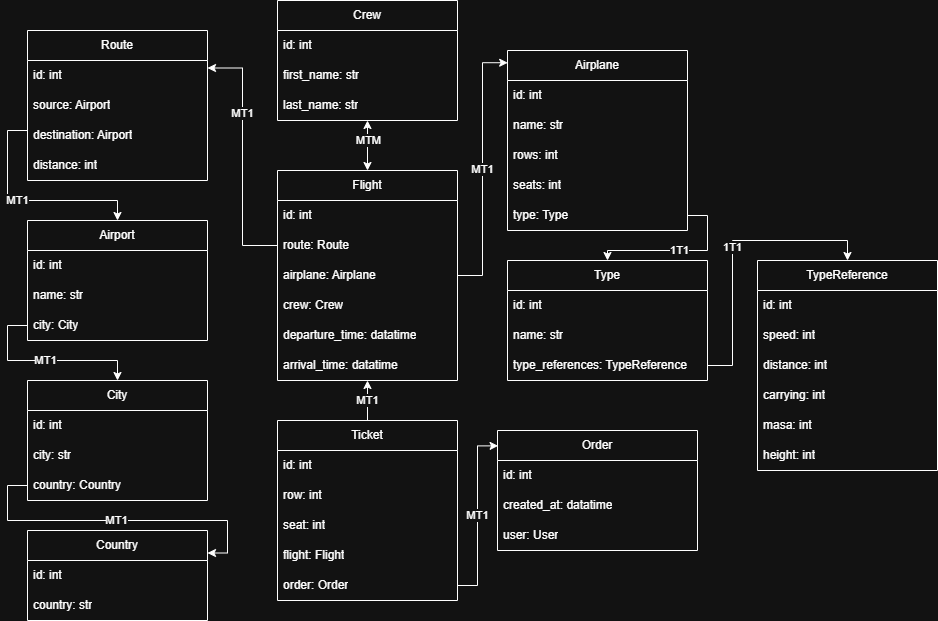
Above: database_models.drawio.png in 4Dream-UA/Airport.Api (draw.io), before the change. Source tidied: cells renumbered, new cells last; positions are measured from the earlier drawing's top-left corner, leaving out a move shared by most shapes. The source it was exported from:
```xml
<mxGraphModel>
  <root>
    <mxCell id="0" />
    <mxCell id="1" parent="0" />
    <mxCell id="2" value="Crew" style="swimlane;fontStyle=0;horizontal=1;startSize=30;whiteSpace=wrap;html=1;" parent="1" vertex="1">
      <mxGeometry x="270" width="180" height="120" as="geometry" />
    </mxCell>
    <mxCell id="3" value="id: int" style="text;strokeColor=none;fillColor=none;align=left;verticalAlign=middle;spacingLeft=4;spacingRight=4;overflow=hidden;whiteSpace=wrap;html=1;" parent="2" vertex="1">
      <mxGeometry y="30" width="180" height="30" as="geometry" />
    </mxCell>
    <mxCell id="4" value="first_name: str" style="text;strokeColor=none;fillColor=none;align=left;verticalAlign=middle;spacingLeft=4;spacingRight=4;overflow=hidden;whiteSpace=wrap;html=1;" parent="2" vertex="1">
      <mxGeometry y="60" width="180" height="30" as="geometry" />
    </mxCell>
    <mxCell id="5" value="last_name: str" style="text;strokeColor=none;fillColor=none;align=left;verticalAlign=middle;spacingLeft=4;spacingRight=4;overflow=hidden;whiteSpace=wrap;html=1;" parent="2" vertex="1">
      <mxGeometry y="90" width="180" height="30" as="geometry" />
    </mxCell>
    <mxCell id="6" value="Flight" style="swimlane;fontStyle=0;horizontal=1;startSize=30;whiteSpace=wrap;html=1;" parent="1" vertex="1">
      <mxGeometry x="270" y="170" width="180" height="210" as="geometry" />
    </mxCell>
    <mxCell id="7" value="id: int" style="text;strokeColor=none;fillColor=none;align=left;verticalAlign=middle;spacingLeft=4;spacingRight=4;overflow=hidden;whiteSpace=wrap;html=1;" parent="6" vertex="1">
      <mxGeometry y="30" width="180" height="30" as="geometry" />
    </mxCell>
    <mxCell id="8" value="route: Route" style="text;strokeColor=none;fillColor=none;align=left;verticalAlign=middle;spacingLeft=4;spacingRight=4;overflow=hidden;points=[[0,0.5],[1,0.5]];portConstraint=eastwest;whiteSpace=wrap;html=1;" parent="6" vertex="1">
      <mxGeometry y="60" width="180" height="30" as="geometry" />
    </mxCell>
    <mxCell id="9" value="airplane: Airplane" style="text;strokeColor=none;fillColor=none;align=left;verticalAlign=middle;spacingLeft=4;spacingRight=4;overflow=hidden;points=[[0,0.5],[1,0.5]];portConstraint=eastwest;whiteSpace=wrap;html=1;" parent="6" vertex="1">
      <mxGeometry y="90" width="180" height="30" as="geometry" />
    </mxCell>
    <mxCell id="10" value="crew: Crew" style="text;strokeColor=none;fillColor=none;align=left;verticalAlign=middle;spacingLeft=4;spacingRight=4;overflow=hidden;whiteSpace=wrap;html=1;" parent="6" vertex="1">
      <mxGeometry y="120" width="180" height="30" as="geometry" />
    </mxCell>
    <mxCell id="11" value="departure_time: datatime" style="text;strokeColor=none;fillColor=none;align=left;verticalAlign=middle;spacingLeft=4;spacingRight=4;overflow=hidden;whiteSpace=wrap;html=1;" parent="6" vertex="1">
      <mxGeometry y="150" width="180" height="30" as="geometry" />
    </mxCell>
    <mxCell id="12" value="arrival_time: datatime" style="text;strokeColor=none;fillColor=none;align=left;verticalAlign=middle;spacingLeft=4;spacingRight=4;overflow=hidden;whiteSpace=wrap;html=1;" parent="6" vertex="1">
      <mxGeometry y="180" width="180" height="30" as="geometry" />
    </mxCell>
    <mxCell id="13" value="MT1" style="edgeStyle=orthogonalEdgeStyle;rounded=0;jettySize=auto;html=1;" parent="1" edge="1" source="14" target="6">
      <mxGeometry relative="1" as="geometry" />
    </mxCell>
    <mxCell id="14" value="Ticket" style="swimlane;fontStyle=0;horizontal=1;startSize=30;whiteSpace=wrap;html=1;" parent="1" vertex="1">
      <mxGeometry x="270" y="420" width="180" height="180" as="geometry" />
    </mxCell>
    <mxCell id="15" value="id: int" style="text;strokeColor=none;fillColor=none;align=left;verticalAlign=middle;spacingLeft=4;spacingRight=4;overflow=hidden;whiteSpace=wrap;html=1;" parent="14" vertex="1">
      <mxGeometry y="30" width="180" height="30" as="geometry" />
    </mxCell>
    <mxCell id="16" value="row: int" style="text;strokeColor=none;fillColor=none;align=left;verticalAlign=middle;spacingLeft=4;spacingRight=4;overflow=hidden;whiteSpace=wrap;html=1;" parent="14" vertex="1">
      <mxGeometry y="60" width="180" height="30" as="geometry" />
    </mxCell>
    <mxCell id="17" value="seat: int" style="text;strokeColor=none;fillColor=none;align=left;verticalAlign=middle;spacingLeft=4;spacingRight=4;overflow=hidden;whiteSpace=wrap;html=1;" parent="14" vertex="1">
      <mxGeometry y="90" width="180" height="30" as="geometry" />
    </mxCell>
    <mxCell id="18" value="flight: Flight" style="text;strokeColor=none;fillColor=none;align=left;verticalAlign=middle;spacingLeft=4;spacingRight=4;overflow=hidden;whiteSpace=wrap;html=1;" parent="14" vertex="1">
      <mxGeometry y="120" width="180" height="30" as="geometry" />
    </mxCell>
    <mxCell id="19" value="order: Order" style="text;strokeColor=none;fillColor=none;align=left;verticalAlign=middle;spacingLeft=4;spacingRight=4;overflow=hidden;points=[[0,0.5],[1,0.5]];portConstraint=eastwest;whiteSpace=wrap;html=1;" parent="14" vertex="1">
      <mxGeometry y="150" width="180" height="30" as="geometry" />
    </mxCell>
    <mxCell id="20" value="Route" style="swimlane;fontStyle=0;horizontal=1;startSize=30;whiteSpace=wrap;html=1;" parent="1" vertex="1">
      <mxGeometry x="20" y="30" width="180" height="150" as="geometry" />
    </mxCell>
    <mxCell id="21" value="id: int" style="text;strokeColor=none;fillColor=none;align=left;verticalAlign=middle;spacingLeft=4;spacingRight=4;overflow=hidden;whiteSpace=wrap;html=1;" parent="20" vertex="1">
      <mxGeometry y="30" width="180" height="30" as="geometry" />
    </mxCell>
    <mxCell id="22" value="source: Airport" style="text;strokeColor=none;fillColor=none;align=left;verticalAlign=middle;spacingLeft=4;spacingRight=4;overflow=hidden;whiteSpace=wrap;html=1;" parent="20" vertex="1">
      <mxGeometry y="60" width="180" height="30" as="geometry" />
    </mxCell>
    <mxCell id="23" value="destination: Airport" style="text;strokeColor=none;fillColor=none;align=left;verticalAlign=middle;spacingLeft=4;spacingRight=4;overflow=hidden;whiteSpace=wrap;html=1;" parent="20" vertex="1">
      <mxGeometry y="90" width="180" height="30" as="geometry" />
    </mxCell>
    <mxCell id="24" value="distance: int" style="text;strokeColor=none;fillColor=none;align=left;verticalAlign=middle;spacingLeft=4;spacingRight=4;overflow=hidden;points=[[0,0.5],[1,0.5]];portConstraint=eastwest;whiteSpace=wrap;html=1;" parent="20" vertex="1">
      <mxGeometry y="120" width="180" height="30" as="geometry" />
    </mxCell>
    <mxCell id="25" value="Airport" style="swimlane;fontStyle=0;horizontal=1;startSize=30;whiteSpace=wrap;html=1;" parent="1" vertex="1">
      <mxGeometry x="20" y="220" width="180" height="120" as="geometry" />
    </mxCell>
    <mxCell id="26" value="id: int" style="text;strokeColor=none;fillColor=none;align=left;verticalAlign=middle;spacingLeft=4;spacingRight=4;overflow=hidden;whiteSpace=wrap;html=1;" parent="25" vertex="1">
      <mxGeometry y="30" width="180" height="30" as="geometry" />
    </mxCell>
    <mxCell id="27" value="name: str" style="text;strokeColor=none;fillColor=none;align=left;verticalAlign=middle;spacingLeft=4;spacingRight=4;overflow=hidden;whiteSpace=wrap;html=1;" parent="25" vertex="1">
      <mxGeometry y="60" width="180" height="30" as="geometry" />
    </mxCell>
    <mxCell id="28" value="city: City" style="text;strokeColor=none;fillColor=none;align=left;verticalAlign=middle;spacingLeft=4;spacingRight=4;overflow=hidden;points=[[0,0.5],[1,0.5]];portConstraint=eastwest;whiteSpace=wrap;html=1;" parent="25" vertex="1">
      <mxGeometry y="90" width="180" height="30" as="geometry" />
    </mxCell>
    <mxCell id="29" value="City" style="swimlane;fontStyle=0;horizontal=1;startSize=30;whiteSpace=wrap;html=1;" parent="1" vertex="1">
      <mxGeometry x="20" y="380" width="180" height="120" as="geometry" />
    </mxCell>
    <mxCell id="30" value="id: int" style="text;strokeColor=none;fillColor=none;align=left;verticalAlign=middle;spacingLeft=4;spacingRight=4;overflow=hidden;whiteSpace=wrap;html=1;" parent="29" vertex="1">
      <mxGeometry y="30" width="180" height="30" as="geometry" />
    </mxCell>
    <mxCell id="31" value="city: str" style="text;strokeColor=none;fillColor=none;align=left;verticalAlign=middle;spacingLeft=4;spacingRight=4;overflow=hidden;whiteSpace=wrap;html=1;" parent="29" vertex="1">
      <mxGeometry y="60" width="180" height="30" as="geometry" />
    </mxCell>
    <mxCell id="32" value="country: Country" style="text;strokeColor=none;fillColor=none;align=left;verticalAlign=middle;spacingLeft=4;spacingRight=4;overflow=hidden;points=[[0,0.5],[1,0.5]];portConstraint=eastwest;whiteSpace=wrap;html=1;" parent="29" vertex="1">
      <mxGeometry y="90" width="180" height="30" as="geometry" />
    </mxCell>
    <mxCell id="33" value="Country" style="swimlane;fontStyle=0;horizontal=1;startSize=30;whiteSpace=wrap;html=1;" parent="1" vertex="1">
      <mxGeometry x="20" y="530" width="180" height="90" as="geometry" />
    </mxCell>
    <mxCell id="34" value="id: int" style="text;strokeColor=none;fillColor=none;align=left;verticalAlign=middle;spacingLeft=4;spacingRight=4;overflow=hidden;whiteSpace=wrap;html=1;" parent="33" vertex="1">
      <mxGeometry y="30" width="180" height="30" as="geometry" />
    </mxCell>
    <mxCell id="35" value="country: str" style="text;strokeColor=none;fillColor=none;align=left;verticalAlign=middle;spacingLeft=4;spacingRight=4;overflow=hidden;whiteSpace=wrap;html=1;" parent="33" vertex="1">
      <mxGeometry y="60" width="180" height="30" as="geometry" />
    </mxCell>
    <mxCell id="36" value="Airplane" style="swimlane;fontStyle=0;horizontal=1;startSize=30;whiteSpace=wrap;html=1;" parent="1" vertex="1">
      <mxGeometry x="500" y="50" width="180" height="180" as="geometry" />
    </mxCell>
    <mxCell id="37" value="id: int" style="text;strokeColor=none;fillColor=none;align=left;verticalAlign=middle;spacingLeft=4;spacingRight=4;overflow=hidden;whiteSpace=wrap;html=1;" parent="36" vertex="1">
      <mxGeometry y="30" width="180" height="30" as="geometry" />
    </mxCell>
    <mxCell id="38" value="name: str" style="text;strokeColor=none;fillColor=none;align=left;verticalAlign=middle;spacingLeft=4;spacingRight=4;overflow=hidden;whiteSpace=wrap;html=1;" parent="36" vertex="1">
      <mxGeometry y="60" width="180" height="30" as="geometry" />
    </mxCell>
    <mxCell id="39" value="rows: int" style="text;strokeColor=none;fillColor=none;align=left;verticalAlign=middle;spacingLeft=4;spacingRight=4;overflow=hidden;whiteSpace=wrap;html=1;" parent="36" vertex="1">
      <mxGeometry y="90" width="180" height="30" as="geometry" />
    </mxCell>
    <mxCell id="40" value="seats: int" style="text;strokeColor=none;fillColor=none;align=left;verticalAlign=middle;spacingLeft=4;spacingRight=4;overflow=hidden;whiteSpace=wrap;html=1;" parent="36" vertex="1">
      <mxGeometry y="120" width="180" height="30" as="geometry" />
    </mxCell>
    <mxCell id="41" value="type: Type" style="text;strokeColor=none;fillColor=none;align=left;verticalAlign=middle;spacingLeft=4;spacingRight=4;overflow=hidden;points=[[0,0.5],[1,0.5]];portConstraint=eastwest;whiteSpace=wrap;html=1;" parent="36" vertex="1">
      <mxGeometry y="150" width="180" height="30" as="geometry" />
    </mxCell>
    <mxCell id="42" value="Type" style="swimlane;fontStyle=0;horizontal=1;startSize=30;whiteSpace=wrap;html=1;" parent="1" vertex="1">
      <mxGeometry x="500" y="260" width="200" height="120" as="geometry" />
    </mxCell>
    <mxCell id="43" value="id: int" style="text;strokeColor=none;fillColor=none;align=left;verticalAlign=middle;spacingLeft=4;spacingRight=4;overflow=hidden;whiteSpace=wrap;html=1;" parent="42" vertex="1">
      <mxGeometry y="30" width="200" height="30" as="geometry" />
    </mxCell>
    <mxCell id="44" value="name: str" style="text;strokeColor=none;fillColor=none;align=left;verticalAlign=middle;spacingLeft=4;spacingRight=4;overflow=hidden;whiteSpace=wrap;html=1;" parent="42" vertex="1">
      <mxGeometry y="60" width="200" height="30" as="geometry" />
    </mxCell>
    <mxCell id="45" value="type_references: TypeReference" style="text;strokeColor=none;fillColor=none;align=left;verticalAlign=middle;spacingLeft=4;spacingRight=4;overflow=hidden;points=[[0,0.5],[1,0.5]];portConstraint=eastwest;whiteSpace=wrap;html=1;" parent="42" vertex="1">
      <mxGeometry y="90" width="200" height="30" as="geometry" />
    </mxCell>
    <mxCell id="46" value="&lt;span style=&quot;text-align: left;&quot;&gt;TypeReference&lt;/span&gt;" style="swimlane;fontStyle=0;horizontal=1;startSize=30;whiteSpace=wrap;html=1;" parent="1" vertex="1">
      <mxGeometry x="750" y="260" width="180" height="210" as="geometry" />
    </mxCell>
    <mxCell id="47" value="id: int" style="text;strokeColor=none;fillColor=none;align=left;verticalAlign=middle;spacingLeft=4;spacingRight=4;overflow=hidden;whiteSpace=wrap;html=1;" parent="46" vertex="1">
      <mxGeometry y="30" width="180" height="30" as="geometry" />
    </mxCell>
    <mxCell id="48" value="speed: int" style="text;strokeColor=none;fillColor=none;align=left;verticalAlign=middle;spacingLeft=4;spacingRight=4;overflow=hidden;whiteSpace=wrap;html=1;" parent="46" vertex="1">
      <mxGeometry y="60" width="180" height="30" as="geometry" />
    </mxCell>
    <mxCell id="49" value="distance: int" style="text;strokeColor=none;fillColor=none;align=left;verticalAlign=middle;spacingLeft=4;spacingRight=4;overflow=hidden;whiteSpace=wrap;html=1;" parent="46" vertex="1">
      <mxGeometry y="90" width="180" height="30" as="geometry" />
    </mxCell>
    <mxCell id="50" value="carrying: int" style="text;strokeColor=none;fillColor=none;align=left;verticalAlign=middle;spacingLeft=4;spacingRight=4;overflow=hidden;whiteSpace=wrap;html=1;" parent="46" vertex="1">
      <mxGeometry y="120" width="180" height="30" as="geometry" />
    </mxCell>
    <mxCell id="51" value="masa: int" style="text;strokeColor=none;fillColor=none;align=left;verticalAlign=middle;spacingLeft=4;spacingRight=4;overflow=hidden;whiteSpace=wrap;html=1;" parent="46" vertex="1">
      <mxGeometry y="150" width="180" height="30" as="geometry" />
    </mxCell>
    <mxCell id="52" value="height: int" style="text;strokeColor=none;fillColor=none;align=left;verticalAlign=middle;spacingLeft=4;spacingRight=4;overflow=hidden;whiteSpace=wrap;html=1;" parent="46" vertex="1">
      <mxGeometry y="180" width="180" height="30" as="geometry" />
    </mxCell>
    <mxCell id="53" value="Order" style="swimlane;fontStyle=0;horizontal=1;startSize=30;whiteSpace=wrap;html=1;" parent="1" vertex="1">
      <mxGeometry x="490" y="430" width="200" height="120" as="geometry" />
    </mxCell>
    <mxCell id="54" value="id: int" style="text;strokeColor=none;fillColor=none;align=left;verticalAlign=middle;spacingLeft=4;spacingRight=4;overflow=hidden;whiteSpace=wrap;html=1;" parent="53" vertex="1">
      <mxGeometry y="30" width="200" height="30" as="geometry" />
    </mxCell>
    <mxCell id="55" value="created_at: datatime" style="text;strokeColor=none;fillColor=none;align=left;verticalAlign=middle;spacingLeft=4;spacingRight=4;overflow=hidden;whiteSpace=wrap;html=1;" parent="53" vertex="1">
      <mxGeometry y="60" width="200" height="30" as="geometry" />
    </mxCell>
    <mxCell id="56" value="user: User" style="text;strokeColor=none;fillColor=none;align=left;verticalAlign=middle;spacingLeft=4;spacingRight=4;overflow=hidden;whiteSpace=wrap;html=1;" parent="53" vertex="1">
      <mxGeometry y="90" width="200" height="30" as="geometry" />
    </mxCell>
    <mxCell id="57" style="endArrow=classic;startArrow=classic;html=1;rounded=0;exitX=0.5;exitY=0;exitDx=0;exitDy=0;" parent="1" edge="1" source="6">
      <mxGeometry relative="1" as="geometry">
        <mxPoint x="360" y="120" as="targetPoint" />
      </mxGeometry>
    </mxCell>
    <mxCell id="58" value="MTM" style="edgeLabel;html=1;align=center;verticalAlign=middle;" parent="57" vertex="1">
      <mxGeometry x="0.23" relative="1" as="geometry" />
    </mxCell>
    <mxCell id="59" style="edgeStyle=orthogonalEdgeStyle;rounded=0;jettySize=auto;html=1;entryX=1;entryY=0.25;entryDx=0;entryDy=0;" parent="1" edge="1" source="8" target="20">
      <mxGeometry relative="1" as="geometry" />
    </mxCell>
    <mxCell id="60" value="MT1" style="edgeLabel;html=1;align=center;verticalAlign=middle;" parent="59" vertex="1">
      <mxGeometry x="0.36" y="1" relative="1" as="geometry" />
    </mxCell>
    <mxCell id="61" value="MT1" style="edgeStyle=orthogonalEdgeStyle;rounded=0;jettySize=auto;html=1;entryX=0.5;entryY=0;entryDx=0;entryDy=0;" parent="1" edge="1" source="24" target="25">
      <mxGeometry relative="1" as="geometry">
        <Array as="points">
          <mxPoint x="20" y="130" />
          <mxPoint y="130" />
          <mxPoint y="200" />
          <mxPoint x="110" y="200" />
        </Array>
      </mxGeometry>
    </mxCell>
    <mxCell id="62" value="MT1" style="edgeStyle=orthogonalEdgeStyle;rounded=0;jettySize=auto;html=1;entryX=1;entryY=0.25;entryDx=0;entryDy=0;" parent="1" edge="1" source="32" target="33">
      <mxGeometry relative="1" as="geometry" />
    </mxCell>
    <mxCell id="63" value="MT1" style="edgeStyle=orthogonalEdgeStyle;rounded=0;jettySize=auto;html=1;" parent="1" edge="1" source="28" target="29">
      <mxGeometry relative="1" as="geometry" />
    </mxCell>
    <mxCell id="64" value="MT1" style="edgeStyle=orthogonalEdgeStyle;rounded=0;jettySize=auto;html=1;entryX=0.003;entryY=0.128;entryDx=0;entryDy=0;entryPerimeter=0;" parent="1" edge="1" source="19" target="53">
      <mxGeometry relative="1" as="geometry" />
    </mxCell>
    <mxCell id="65" value="MT1" style="edgeStyle=orthogonalEdgeStyle;rounded=0;jettySize=auto;html=1;entryX=0.001;entryY=0.068;entryDx=0;entryDy=0;entryPerimeter=0;" parent="1" edge="1" source="9" target="36">
      <mxGeometry relative="1" as="geometry" />
    </mxCell>
    <mxCell id="66" value="1T1" style="edgeStyle=orthogonalEdgeStyle;rounded=0;jettySize=auto;html=1;entryX=0.5;entryY=0;entryDx=0;entryDy=0;" parent="1" edge="1" source="41" target="42">
      <mxGeometry relative="1" as="geometry" />
    </mxCell>
    <mxCell id="67" value="1T1" style="edgeStyle=orthogonalEdgeStyle;rounded=0;jettySize=auto;html=1;entryX=0.5;entryY=0;entryDx=0;entryDy=0;" parent="1" edge="1" source="45" target="46">
      <mxGeometry relative="1" as="geometry" />
    </mxCell>
  </root>
</mxGraphModel>
```
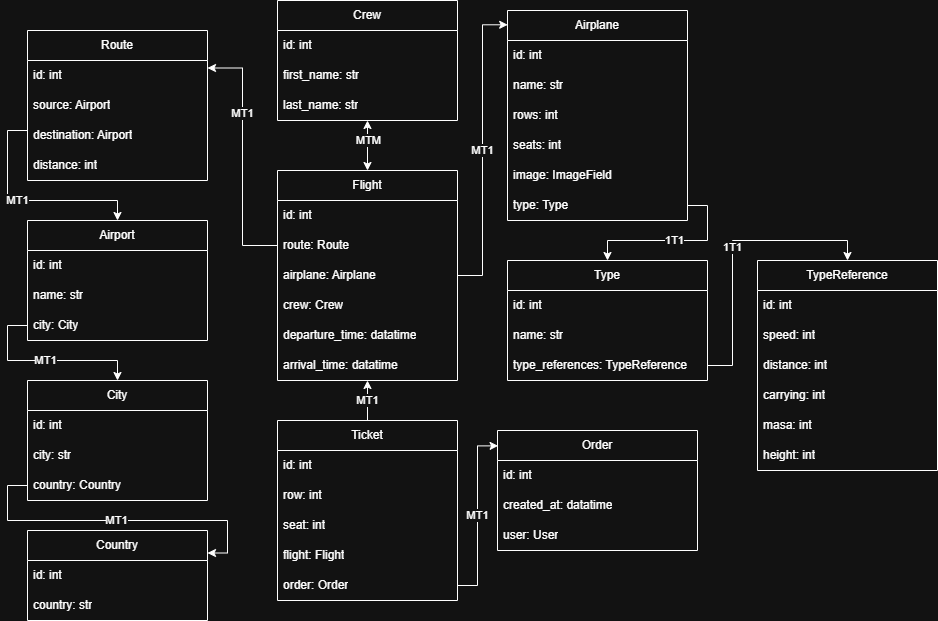
The same diagram one commit later.

Commit message:
Add image field for Airplane model in visual

Diff of the diagram source:
```diff
@@ -105,7 +105,7 @@
       <mxGeometry y="60" width="180" height="30" as="geometry" />
     </mxCell>
     <mxCell id="36" value="Airplane" style="swimlane;fontStyle=0;horizontal=1;startSize=30;whiteSpace=wrap;html=1;" parent="1" vertex="1">
-      <mxGeometry x="500" y="50" width="180" height="180" as="geometry" />
+      <mxGeometry x="500" y="10" width="180" height="210" as="geometry" />
     </mxCell>
     <mxCell id="37" value="id: int" style="text;strokeColor=none;fillColor=none;align=left;verticalAlign=middle;spacingLeft=4;spacingRight=4;overflow=hidden;whiteSpace=wrap;html=1;" parent="36" vertex="1">
       <mxGeometry y="30" width="180" height="30" as="geometry" />
@@ -119,8 +119,11 @@
     <mxCell id="40" value="seats: int" style="text;strokeColor=none;fillColor=none;align=left;verticalAlign=middle;spacingLeft=4;spacingRight=4;overflow=hidden;whiteSpace=wrap;html=1;" parent="36" vertex="1">
       <mxGeometry y="120" width="180" height="30" as="geometry" />
     </mxCell>
+    <mxCell id="68" value="image: ImageField" style="text;strokeColor=none;fillColor=none;align=left;verticalAlign=middle;spacingLeft=4;spacingRight=4;overflow=hidden;whiteSpace=wrap;html=1;" parent="36" vertex="1">
+      <mxGeometry y="150" width="180" height="30" as="geometry" />
+    </mxCell>
     <mxCell id="41" value="type: Type" style="text;strokeColor=none;fillColor=none;align=left;verticalAlign=middle;spacingLeft=4;spacingRight=4;overflow=hidden;points=[[0,0.5],[1,0.5]];portConstraint=eastwest;whiteSpace=wrap;html=1;" parent="36" vertex="1">
-      <mxGeometry y="150" width="180" height="30" as="geometry" />
+      <mxGeometry y="180" width="180" height="30" as="geometry" />
     </mxCell>
     <mxCell id="42" value="Type" style="swimlane;fontStyle=0;horizontal=1;startSize=30;whiteSpace=wrap;html=1;" parent="1" vertex="1">
       <mxGeometry x="500" y="260" width="200" height="120" as="geometry" />
```
